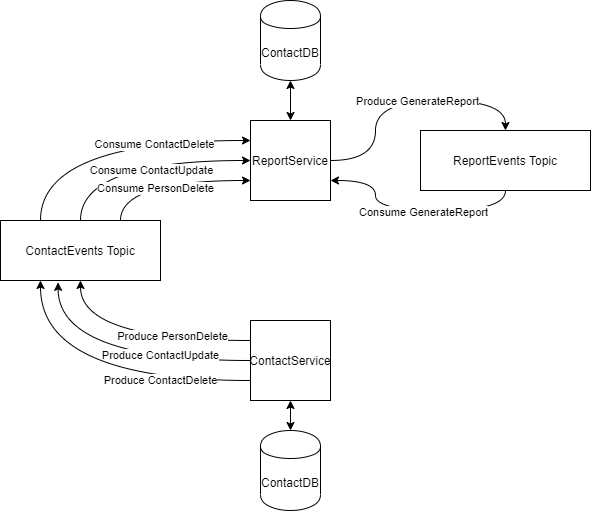
Above: Architecture.png in ozanerturk/DDD-contact-report-management (draw.io), before the change. Source tidied: cells renumbered, new cells last; positions are measured from the earlier drawing's top-left corner, leaving out a move shared by most shapes. Source of this version:
```xml
<mxGraphModel>
  <root>
    <mxCell id="0" />
    <mxCell id="1" parent="0" />
    <mxCell id="2" style="edgeStyle=orthogonalEdgeStyle;rounded=0;jettySize=auto;html=1;exitX=0;exitY=0.25;exitDx=0;exitDy=0;entryX=0.5;entryY=1;entryDx=0;entryDy=0;curved=1;" parent="1" edge="1" source="8" target="18">
      <mxGeometry relative="1" as="geometry" />
    </mxCell>
    <mxCell id="3" value="Produce PersonDelete" style="edgeLabel;html=1;align=center;verticalAlign=middle;" parent="2" vertex="1">
      <mxGeometry x="-0.32" y="-4" relative="1" as="geometry" />
    </mxCell>
    <mxCell id="4" style="edgeStyle=orthogonalEdgeStyle;curved=1;rounded=0;jettySize=auto;html=1;exitX=0;exitY=0.5;exitDx=0;exitDy=0;entryX=0.36;entryY=1.031;entryDx=0;entryDy=0;entryPerimeter=0;" parent="1" edge="1" source="8" target="18">
      <mxGeometry relative="1" as="geometry" />
    </mxCell>
    <mxCell id="5" value="Produce ContactUpdate" style="edgeLabel;html=1;align=center;verticalAlign=middle;" parent="4" vertex="1">
      <mxGeometry x="-0.21" y="-5" relative="1" as="geometry">
        <mxPoint x="17.4" as="offset" />
      </mxGeometry>
    </mxCell>
    <mxCell id="6" style="edgeStyle=orthogonalEdgeStyle;curved=1;rounded=0;jettySize=auto;html=1;exitX=0;exitY=0.75;exitDx=0;exitDy=0;entryX=0.25;entryY=1;entryDx=0;entryDy=0;" parent="1" edge="1" source="8" target="18">
      <mxGeometry relative="1" as="geometry" />
    </mxCell>
    <mxCell id="7" value="Produce ContactDelete" style="edgeLabel;html=1;align=center;verticalAlign=middle;" parent="6" vertex="1">
      <mxGeometry x="-0.25" y="-11" relative="1" as="geometry">
        <mxPoint x="26.6" y="11" as="offset" />
      </mxGeometry>
    </mxCell>
    <mxCell id="8" value="ContactService" style="whiteSpace=wrap;html=1;" parent="1" vertex="1">
      <mxGeometry x="250" y="320" width="80" height="80" as="geometry" />
    </mxCell>
    <mxCell id="9" style="edgeStyle=orthogonalEdgeStyle;curved=1;rounded=0;jettySize=auto;html=1;exitX=1;exitY=0.5;exitDx=0;exitDy=0;entryX=0.5;entryY=0;entryDx=0;entryDy=0;startArrow=none;startFill=0;" parent="1" edge="1" source="11" target="21">
      <mxGeometry relative="1" as="geometry" />
    </mxCell>
    <mxCell id="10" value="Produce GenerateReport" style="edgeLabel;html=1;align=center;verticalAlign=middle;" parent="9" vertex="1">
      <mxGeometry x="0.1" y="-1" relative="1" as="geometry" />
    </mxCell>
    <mxCell id="11" value="ReportService" style="whiteSpace=wrap;html=1;" parent="1" vertex="1">
      <mxGeometry x="250" y="120" width="80" height="80" as="geometry" />
    </mxCell>
    <mxCell id="12" style="edgeStyle=orthogonalEdgeStyle;curved=1;rounded=0;jettySize=auto;html=1;exitX=0.5;exitY=0;exitDx=0;exitDy=0;entryX=0;entryY=0.5;entryDx=0;entryDy=0;startArrow=none;startFill=0;" parent="1" edge="1" source="18" target="11">
      <mxGeometry relative="1" as="geometry" />
    </mxCell>
    <mxCell id="13" value="Consume ContactUpdate" style="edgeLabel;html=1;align=center;verticalAlign=middle;" parent="12" vertex="1">
      <mxGeometry x="0.13" y="-10" relative="1" as="geometry" />
    </mxCell>
    <mxCell id="14" style="edgeStyle=orthogonalEdgeStyle;curved=1;rounded=0;jettySize=auto;html=1;exitX=0.25;exitY=0;exitDx=0;exitDy=0;entryX=0;entryY=0.25;entryDx=0;entryDy=0;startArrow=none;startFill=0;" parent="1" edge="1" source="18" target="11">
      <mxGeometry relative="1" as="geometry" />
    </mxCell>
    <mxCell id="15" value="Consume ContactDelete" style="edgeLabel;html=1;align=center;verticalAlign=middle;" parent="14" vertex="1">
      <mxGeometry x="0.34" y="-4" relative="1" as="geometry" />
    </mxCell>
    <mxCell id="16" style="edgeStyle=orthogonalEdgeStyle;curved=1;rounded=0;jettySize=auto;html=1;exitX=0.75;exitY=0;exitDx=0;exitDy=0;entryX=0;entryY=0.75;entryDx=0;entryDy=0;startArrow=none;startFill=0;" parent="1" edge="1" source="18" target="11">
      <mxGeometry relative="1" as="geometry" />
    </mxCell>
    <mxCell id="17" value="Consume PersonDelete" style="edgeLabel;html=1;align=center;verticalAlign=middle;" parent="16" vertex="1">
      <mxGeometry x="-0.12" y="-8" relative="1" as="geometry" />
    </mxCell>
    <mxCell id="18" value="ContactEvents Topic" style="rounded=0;whiteSpace=wrap;html=1;" parent="1" vertex="1">
      <mxGeometry y="220" width="160" height="60" as="geometry" />
    </mxCell>
    <mxCell id="19" style="edgeStyle=orthogonalEdgeStyle;curved=1;rounded=0;jettySize=auto;html=1;exitX=0.5;exitY=1;exitDx=0;exitDy=0;entryX=1;entryY=0.75;entryDx=0;entryDy=0;startArrow=none;startFill=0;" parent="1" edge="1" source="21" target="11">
      <mxGeometry relative="1" as="geometry" />
    </mxCell>
    <mxCell id="20" value="Consume GenerateReport" style="edgeLabel;html=1;align=center;verticalAlign=middle;" parent="19" vertex="1">
      <mxGeometry x="-0.09" y="2" relative="1" as="geometry" />
    </mxCell>
    <mxCell id="21" value="ReportEvents Topic" style="rounded=0;whiteSpace=wrap;html=1;" parent="1" vertex="1">
      <mxGeometry x="420" y="130" width="170" height="60" as="geometry" />
    </mxCell>
    <mxCell id="22" style="edgeStyle=orthogonalEdgeStyle;curved=1;rounded=0;jettySize=auto;html=1;exitX=0.5;exitY=0;exitDx=0;exitDy=0;entryX=0.5;entryY=1;entryDx=0;entryDy=0;startArrow=classic;startFill=1;" parent="1" edge="1" source="23" target="8">
      <mxGeometry relative="1" as="geometry" />
    </mxCell>
    <mxCell id="23" value="ContactDB" style="shape=cylinder;whiteSpace=wrap;html=1;boundedLbl=1;backgroundOutline=1;" parent="1" vertex="1">
      <mxGeometry x="260" y="430" width="60" height="80" as="geometry" />
    </mxCell>
    <mxCell id="24" style="edgeStyle=orthogonalEdgeStyle;curved=1;rounded=0;jettySize=auto;html=1;exitX=0.5;exitY=1;exitDx=0;exitDy=0;entryX=0.5;entryY=0;entryDx=0;entryDy=0;startArrow=classic;startFill=1;" parent="1" edge="1" source="25" target="11">
      <mxGeometry relative="1" as="geometry" />
    </mxCell>
    <mxCell id="25" value="ContactDB" style="shape=cylinder;whiteSpace=wrap;html=1;boundedLbl=1;backgroundOutline=1;" parent="1" vertex="1">
      <mxGeometry x="260" width="60" height="80" as="geometry" />
    </mxCell>
  </root>
</mxGraphModel>
```
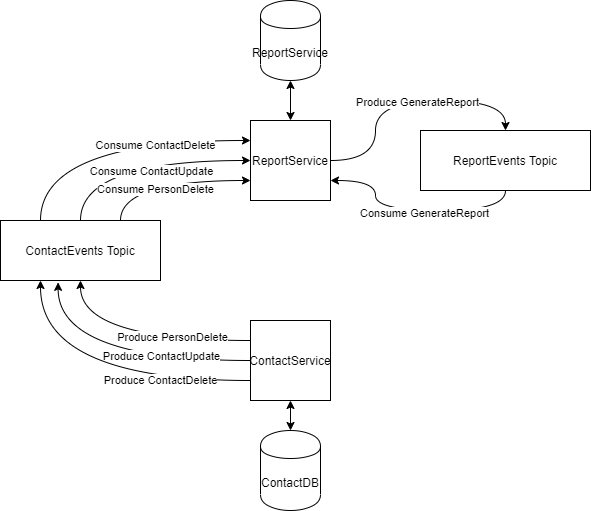
The same file after the commit.

The edit, as a diff of the source:
```diff
@@ -2,24 +2,24 @@
   <root>
     <mxCell id="0" />
     <mxCell id="1" parent="0" />
-    <mxCell id="2" style="edgeStyle=orthogonalEdgeStyle;rounded=0;jettySize=auto;html=1;exitX=0;exitY=0.25;exitDx=0;exitDy=0;entryX=0.5;entryY=1;entryDx=0;entryDy=0;curved=1;" parent="1" edge="1" source="8" target="18">
-      <mxGeometry relative="1" as="geometry" />
-    </mxCell>
+    <mxCell id="26" style="edgeStyle=orthogonalEdgeStyle;rounded=0;jettySize=auto;html=1;exitX=0;exitY=0.25;exitDx=0;exitDy=0;entryX=0.5;entryY=1;entryDx=0;entryDy=0;curved=1;" parent="1" edge="1" source="8" target="18">
+      <mxGeometry relative="1" as="geometry" />
+    </mxCell>
-    <mxCell id="3" value="Produce PersonDelete" style="edgeLabel;html=1;align=center;verticalAlign=middle;" parent="2" vertex="1">
+    <mxCell id="3" value="Produce PersonDelete" style="edgeLabel;html=1;align=center;verticalAlign=middle;" parent="26" vertex="1">
       <mxGeometry x="-0.32" y="-4" relative="1" as="geometry" />
     </mxCell>
-    <mxCell id="4" style="edgeStyle=orthogonalEdgeStyle;curved=1;rounded=0;jettySize=auto;html=1;exitX=0;exitY=0.5;exitDx=0;exitDy=0;entryX=0.36;entryY=1.031;entryDx=0;entryDy=0;entryPerimeter=0;" parent="1" edge="1" source="8" target="18">
-      <mxGeometry relative="1" as="geometry" />
-    </mxCell>
+    <mxCell id="27" style="edgeStyle=orthogonalEdgeStyle;curved=1;rounded=0;jettySize=auto;html=1;exitX=0;exitY=0.5;exitDx=0;exitDy=0;entryX=0.36;entryY=1.031;entryDx=0;entryDy=0;entryPerimeter=0;" parent="1" edge="1" source="8" target="18">
+      <mxGeometry relative="1" as="geometry" />
+    </mxCell>
-    <mxCell id="5" value="Produce ContactUpdate" style="edgeLabel;html=1;align=center;verticalAlign=middle;" parent="4" vertex="1">
+    <mxCell id="5" value="Produce ContactUpdate" style="edgeLabel;html=1;align=center;verticalAlign=middle;" parent="27" vertex="1">
       <mxGeometry x="-0.21" y="-5" relative="1" as="geometry">
         <mxPoint x="17.4" as="offset" />
       </mxGeometry>
     </mxCell>
-    <mxCell id="6" style="edgeStyle=orthogonalEdgeStyle;curved=1;rounded=0;jettySize=auto;html=1;exitX=0;exitY=0.75;exitDx=0;exitDy=0;entryX=0.25;entryY=1;entryDx=0;entryDy=0;" parent="1" edge="1" source="8" target="18">
-      <mxGeometry relative="1" as="geometry" />
-    </mxCell>
+    <mxCell id="28" style="edgeStyle=orthogonalEdgeStyle;curved=1;rounded=0;jettySize=auto;html=1;exitX=0;exitY=0.75;exitDx=0;exitDy=0;entryX=0.25;entryY=1;entryDx=0;entryDy=0;" parent="1" edge="1" source="8" target="18">
+      <mxGeometry relative="1" as="geometry" />
+    </mxCell>
-    <mxCell id="7" value="Produce ContactDelete" style="edgeLabel;html=1;align=center;verticalAlign=middle;" parent="6" vertex="1">
+    <mxCell id="7" value="Produce ContactDelete" style="edgeLabel;html=1;align=center;verticalAlign=middle;" parent="28" vertex="1">
       <mxGeometry x="-0.25" y="-11" relative="1" as="geometry">
         <mxPoint x="26.6" y="11" as="offset" />
       </mxGeometry>
@@ -36,22 +36,22 @@
     <mxCell id="11" value="ReportService" style="whiteSpace=wrap;html=1;" parent="1" vertex="1">
       <mxGeometry x="250" y="120" width="80" height="80" as="geometry" />
     </mxCell>
-    <mxCell id="12" style="edgeStyle=orthogonalEdgeStyle;curved=1;rounded=0;jettySize=auto;html=1;exitX=0.5;exitY=0;exitDx=0;exitDy=0;entryX=0;entryY=0.5;entryDx=0;entryDy=0;startArrow=none;startFill=0;" parent="1" edge="1" source="18" target="11">
-      <mxGeometry relative="1" as="geometry" />
-    </mxCell>
+    <mxCell id="29" style="edgeStyle=orthogonalEdgeStyle;curved=1;rounded=0;jettySize=auto;html=1;exitX=0.5;exitY=0;exitDx=0;exitDy=0;entryX=0;entryY=0.5;entryDx=0;entryDy=0;startArrow=none;startFill=0;" parent="1" edge="1" source="18" target="11">
+      <mxGeometry relative="1" as="geometry" />
+    </mxCell>
-    <mxCell id="13" value="Consume ContactUpdate" style="edgeLabel;html=1;align=center;verticalAlign=middle;" parent="12" vertex="1">
+    <mxCell id="13" value="Consume ContactUpdate" style="edgeLabel;html=1;align=center;verticalAlign=middle;" parent="29" vertex="1">
       <mxGeometry x="0.13" y="-10" relative="1" as="geometry" />
     </mxCell>
-    <mxCell id="14" style="edgeStyle=orthogonalEdgeStyle;curved=1;rounded=0;jettySize=auto;html=1;exitX=0.25;exitY=0;exitDx=0;exitDy=0;entryX=0;entryY=0.25;entryDx=0;entryDy=0;startArrow=none;startFill=0;" parent="1" edge="1" source="18" target="11">
-      <mxGeometry relative="1" as="geometry" />
-    </mxCell>
+    <mxCell id="30" style="edgeStyle=orthogonalEdgeStyle;curved=1;rounded=0;jettySize=auto;html=1;exitX=0.25;exitY=0;exitDx=0;exitDy=0;entryX=0;entryY=0.25;entryDx=0;entryDy=0;startArrow=none;startFill=0;" parent="1" edge="1" source="18" target="11">
+      <mxGeometry relative="1" as="geometry" />
+    </mxCell>
-    <mxCell id="15" value="Consume ContactDelete" style="edgeLabel;html=1;align=center;verticalAlign=middle;" parent="14" vertex="1">
+    <mxCell id="15" value="Consume ContactDelete" style="edgeLabel;html=1;align=center;verticalAlign=middle;" parent="30" vertex="1">
       <mxGeometry x="0.34" y="-4" relative="1" as="geometry" />
     </mxCell>
-    <mxCell id="16" style="edgeStyle=orthogonalEdgeStyle;curved=1;rounded=0;jettySize=auto;html=1;exitX=0.75;exitY=0;exitDx=0;exitDy=0;entryX=0;entryY=0.75;entryDx=0;entryDy=0;startArrow=none;startFill=0;" parent="1" edge="1" source="18" target="11">
-      <mxGeometry relative="1" as="geometry" />
-    </mxCell>
+    <mxCell id="31" style="edgeStyle=orthogonalEdgeStyle;curved=1;rounded=0;jettySize=auto;html=1;exitX=0.75;exitY=0;exitDx=0;exitDy=0;entryX=0;entryY=0.75;entryDx=0;entryDy=0;startArrow=none;startFill=0;" parent="1" edge="1" source="18" target="11">
+      <mxGeometry relative="1" as="geometry" />
+    </mxCell>
-    <mxCell id="17" value="Consume PersonDelete" style="edgeLabel;html=1;align=center;verticalAlign=middle;" parent="16" vertex="1">
+    <mxCell id="17" value="Consume PersonDelete" style="edgeLabel;html=1;align=center;verticalAlign=middle;" parent="31" vertex="1">
       <mxGeometry x="-0.12" y="-8" relative="1" as="geometry" />
     </mxCell>
     <mxCell id="18" value="ContactEvents Topic" style="rounded=0;whiteSpace=wrap;html=1;" parent="1" vertex="1">
@@ -66,17 +66,17 @@
     <mxCell id="21" value="ReportEvents Topic" style="rounded=0;whiteSpace=wrap;html=1;" parent="1" vertex="1">
       <mxGeometry x="420" y="130" width="170" height="60" as="geometry" />
     </mxCell>
-    <mxCell id="22" style="edgeStyle=orthogonalEdgeStyle;curved=1;rounded=0;jettySize=auto;html=1;exitX=0.5;exitY=0;exitDx=0;exitDy=0;entryX=0.5;entryY=1;entryDx=0;entryDy=0;startArrow=classic;startFill=1;" parent="1" edge="1" source="23" target="8">
-      <mxGeometry relative="1" as="geometry" />
-    </mxCell>
-    <mxCell id="23" value="ContactDB" style="shape=cylinder;whiteSpace=wrap;html=1;boundedLbl=1;backgroundOutline=1;" parent="1" vertex="1">
-      <mxGeometry x="260" y="430" width="60" height="80" as="geometry" />
-    </mxCell>
-    <mxCell id="24" style="edgeStyle=orthogonalEdgeStyle;curved=1;rounded=0;jettySize=auto;html=1;exitX=0.5;exitY=1;exitDx=0;exitDy=0;entryX=0.5;entryY=0;entryDx=0;entryDy=0;startArrow=classic;startFill=1;" parent="1" edge="1" source="25" target="11">
-      <mxGeometry relative="1" as="geometry" />
-    </mxCell>
-    <mxCell id="25" value="ContactDB" style="shape=cylinder;whiteSpace=wrap;html=1;boundedLbl=1;backgroundOutline=1;" parent="1" vertex="1">
-      <mxGeometry x="260" width="60" height="80" as="geometry" />
-    </mxCell>
+    <mxCell id="32" style="edgeStyle=orthogonalEdgeStyle;curved=1;rounded=0;jettySize=auto;html=1;exitX=0.5;exitY=0;exitDx=0;exitDy=0;entryX=0.5;entryY=1;entryDx=0;entryDy=0;startArrow=classic;startFill=1;" parent="1" edge="1" source="33" target="8">
+      <mxGeometry relative="1" as="geometry" />
+    </mxCell>
+    <mxCell id="33" value="ContactDB" style="shape=cylinder;whiteSpace=wrap;html=1;boundedLbl=1;backgroundOutline=1;" parent="1" vertex="1">
+      <mxGeometry x="260" y="430" width="60" height="80" as="geometry" />
+    </mxCell>
+    <mxCell id="34" style="edgeStyle=orthogonalEdgeStyle;curved=1;rounded=0;jettySize=auto;html=1;exitX=0.5;exitY=1;exitDx=0;exitDy=0;entryX=0.5;entryY=0;entryDx=0;entryDy=0;startArrow=classic;startFill=1;" parent="1" edge="1" source="35" target="11">
+      <mxGeometry relative="1" as="geometry" />
+    </mxCell>
+    <mxCell id="35" value="ReportService" style="shape=cylinder;whiteSpace=wrap;html=1;boundedLbl=1;backgroundOutline=1;" parent="1" vertex="1">
+      <mxGeometry x="260" width="60" height="80" as="geometry" />
+    </mxCell>
   </root>
 </mxGraphModel>
```
